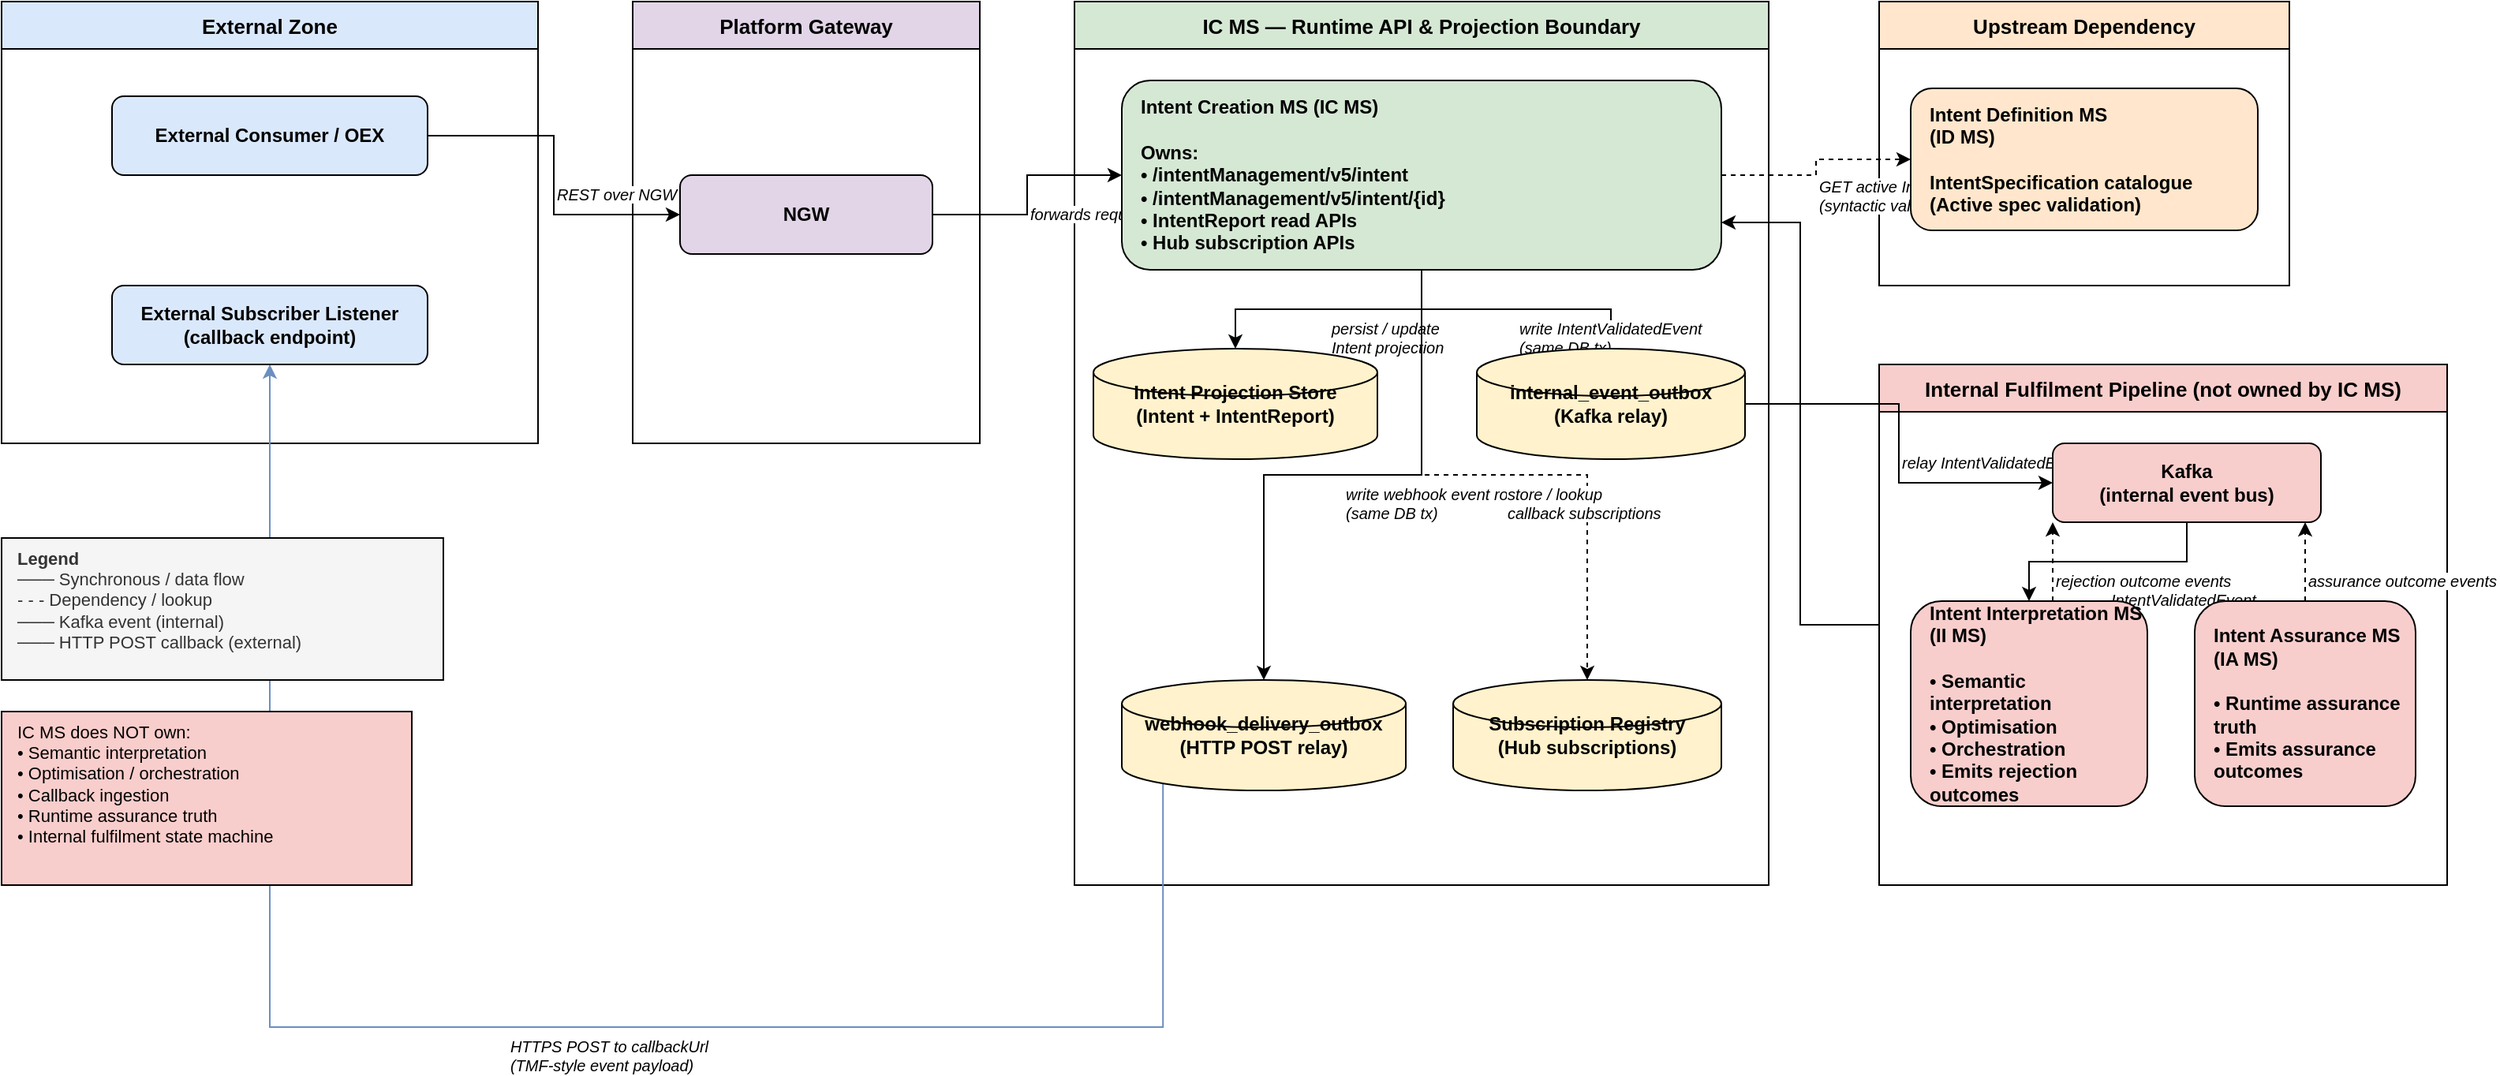
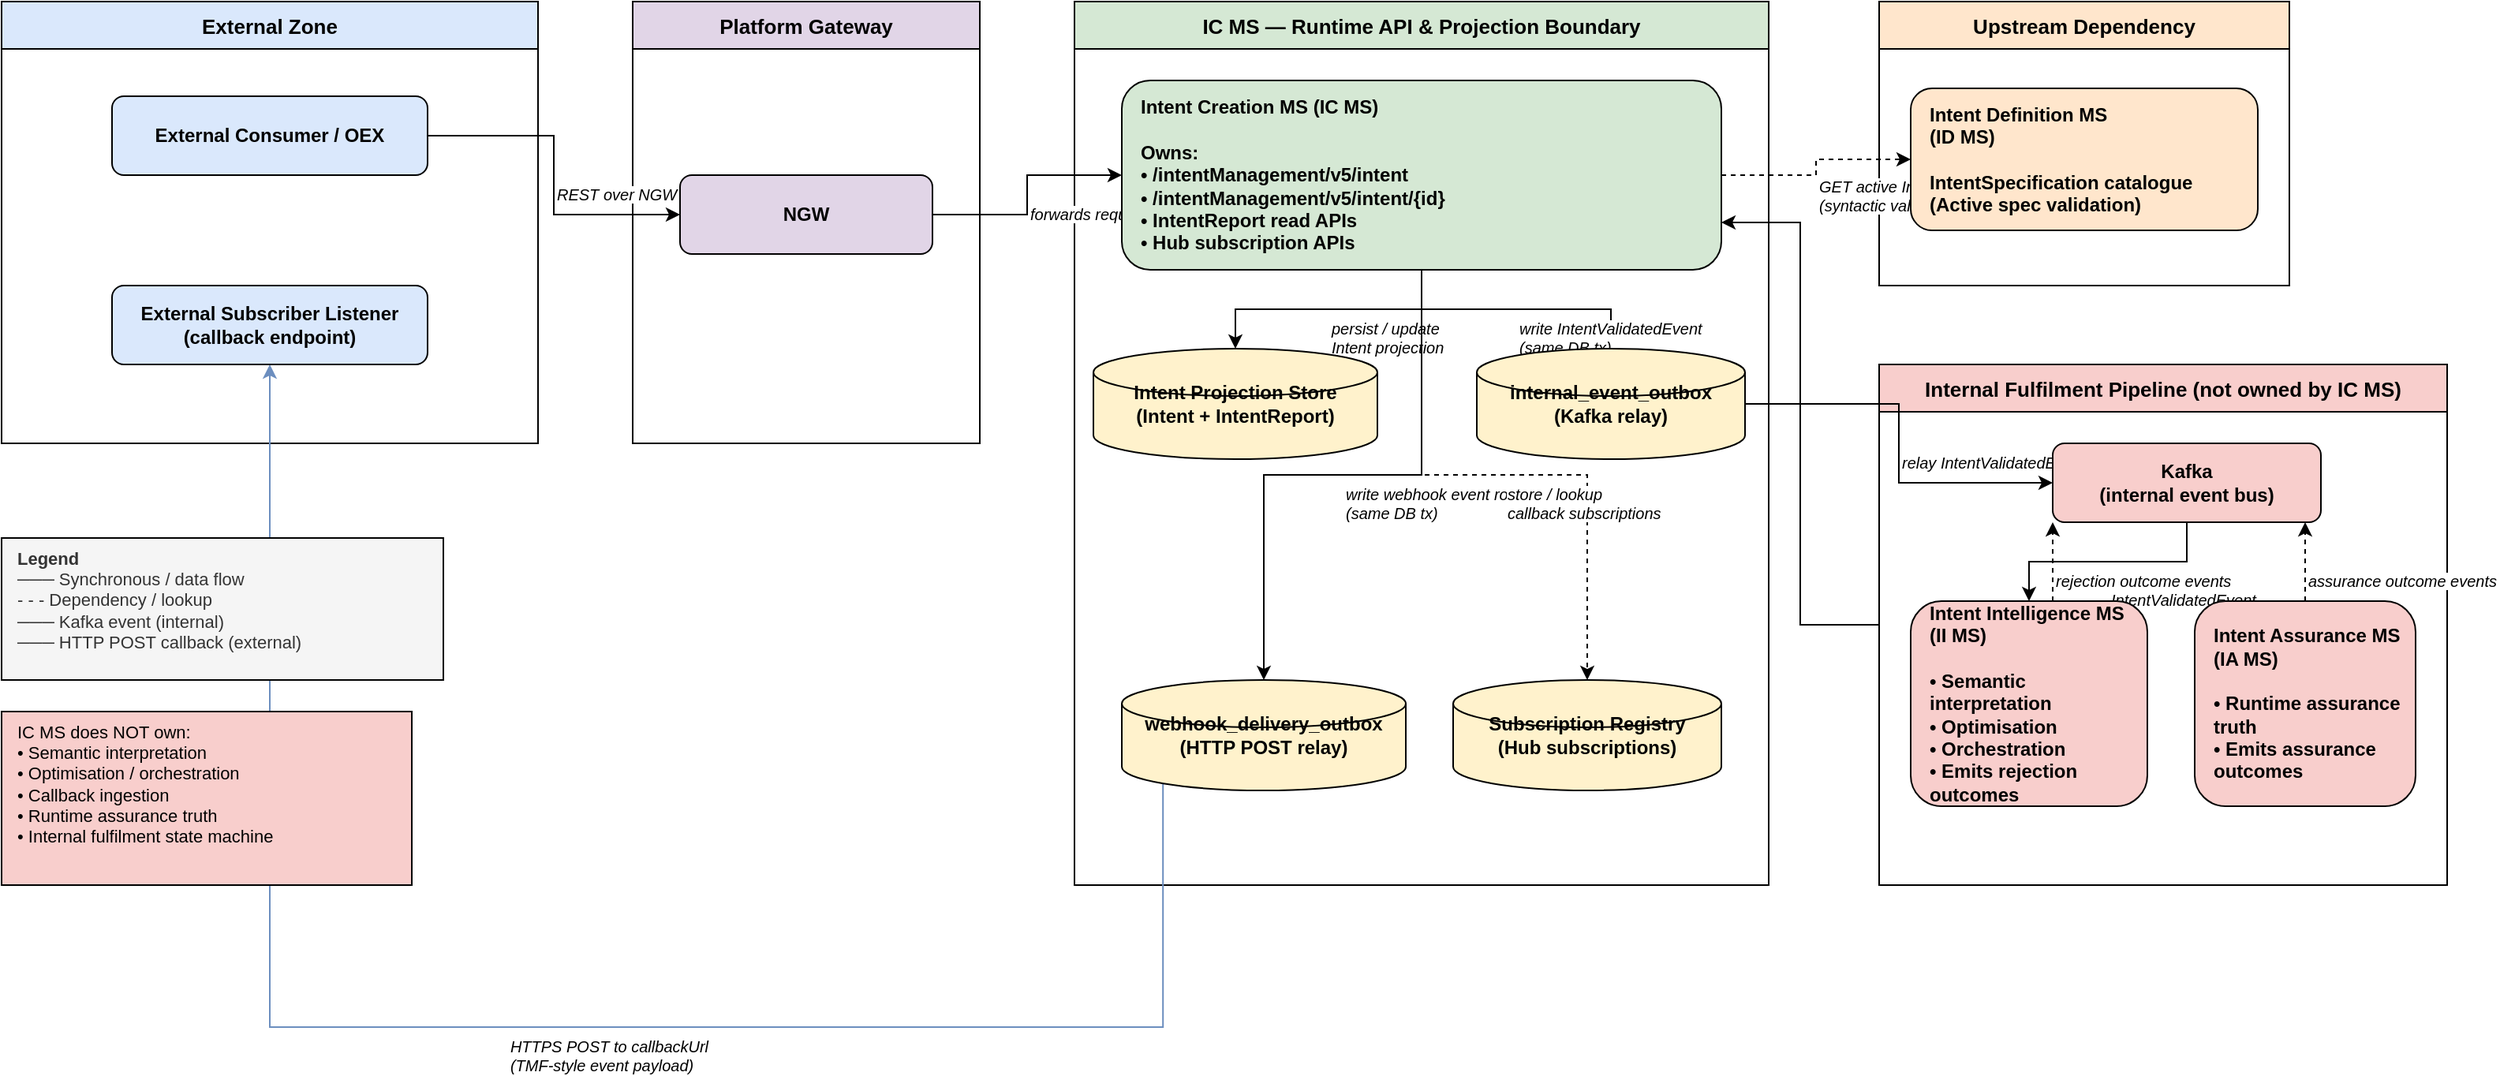
<mxfile host="app.diagrams.net" agent="Perplexity">
  <diagram name="IC MS - Logical View" id="ic-ms-logical-view">
-     <mxGraphModel dx="2012" dy="1204" grid="1" gridSize="10" guides="1" tooltips="1" connect="1" arrows="1" fold="1" page="1" pageScale="1" pageWidth="1654" pageHeight="1169" math="0" shadow="0">
+     <mxGraphModel dx="1677" dy="1003" grid="1" gridSize="10" guides="1" tooltips="1" connect="1" arrows="1" fold="1" page="1" pageScale="1" pageWidth="1654" pageHeight="1169" math="0" shadow="0">
      <root>
        <mxCell id="0" />
        <mxCell id="1" parent="0" />
        <mxCell id="zone_external" parent="1" style="swimlane;startSize=30;fillColor=#dae8fc;strokeColor=default;fontStyle=1;fontSize=13;horizontal=1;container=0;" value="External Zone" vertex="1">
          <mxGeometry height="280" width="340" x="40" y="40" as="geometry" />
        </mxCell>
        <mxCell id="zone_gateway" parent="1" style="swimlane;startSize=30;fillColor=#e1d5e7;strokeColor=default;fontStyle=1;fontSize=13;horizontal=1;container=0;" value="Platform Gateway" vertex="1">
          <mxGeometry height="280" width="220" x="440" y="40" as="geometry" />
        </mxCell>
        <mxCell id="zone_icms" parent="1" style="swimlane;startSize=30;fillColor=#d5e8d4;strokeColor=default;fontStyle=1;fontSize=13;horizontal=1;container=0;" value="IC MS — Runtime API &amp; Projection Boundary" vertex="1">
          <mxGeometry height="560" width="440" x="720" y="40" as="geometry" />
        </mxCell>
        <mxCell id="zone_idms" parent="1" style="swimlane;startSize=30;fillColor=#ffe6cc;strokeColor=default;fontStyle=1;fontSize=13;horizontal=1;container=0;" value="Upstream Dependency" vertex="1">
          <mxGeometry height="180" width="260" x="1230" y="40" as="geometry" />
        </mxCell>
        <mxCell id="0MlcjW0cjBZ2ITzH3IxV-1" edge="1" parent="1" source="zone_internal" style="edgeStyle=orthogonalEdgeStyle;rounded=0;orthogonalLoop=1;jettySize=auto;html=1;entryX=1;entryY=0.75;entryDx=0;entryDy=0;" target="icms_core">
          <mxGeometry relative="1" as="geometry" />
        </mxCell>
        <mxCell id="zone_internal" parent="1" style="swimlane;startSize=30;fillColor=#f8cecc;strokeColor=default;fontStyle=1;fontSize=13;horizontal=1;container=0;" value="Internal Fulfilment Pipeline (not owned by IC MS)" vertex="1">
          <mxGeometry height="330" width="360" x="1230" y="270" as="geometry" />
        </mxCell>
        <mxCell id="e1" edge="1" parent="1" source="ext_consumer" style="edgeStyle=orthogonalEdgeStyle;rounded=0;" target="gateway">
          <mxGeometry relative="1" as="geometry" />
        </mxCell>
        <mxCell id="e1_lbl" connectable="0" parent="e1" style="edgeLabel;fontSize=10;fontStyle=2;container=0;" value="REST over NGW" vertex="1">
          <mxGeometry relative="0.5" as="geometry" />
        </mxCell>
        <mxCell id="e2" edge="1" parent="1" source="gateway" style="edgeStyle=orthogonalEdgeStyle;rounded=0;" target="icms_core">
          <mxGeometry relative="1" as="geometry" />
        </mxCell>
        <mxCell id="e2_lbl" connectable="0" parent="e2" style="edgeLabel;fontSize=10;fontStyle=2;container=0;" value="forwards request" vertex="1">
          <mxGeometry relative="0.5" as="geometry" />
        </mxCell>
        <mxCell id="e3" edge="1" parent="1" source="icms_core" style="edgeStyle=orthogonalEdgeStyle;rounded=0;dashed=1;" target="idms">
          <mxGeometry relative="1" as="geometry" />
        </mxCell>
        <mxCell id="e3_lbl" connectable="0" parent="e3" style="edgeLabel;fontSize=10;fontStyle=2;container=0;" value="GET active IntentSpecification&#xa;(syntactic validation)" vertex="1">
          <mxGeometry relative="0.5" as="geometry" />
        </mxCell>
        <mxCell id="e4" edge="1" parent="1" source="icms_core" style="edgeStyle=orthogonalEdgeStyle;rounded=0;" target="intent_store">
          <mxGeometry relative="1" as="geometry" />
        </mxCell>
        <mxCell id="e4_lbl" connectable="0" parent="e4" style="edgeLabel;fontSize=10;fontStyle=2;container=0;" value="persist / update&#xa;Intent projection" vertex="1">
          <mxGeometry relative="0.5" as="geometry" />
        </mxCell>
        <mxCell id="e5" edge="1" parent="1" source="icms_core" style="edgeStyle=orthogonalEdgeStyle;rounded=0;" target="int_outbox">
          <mxGeometry relative="1" as="geometry" />
        </mxCell>
        <mxCell id="e5_lbl" connectable="0" parent="e5" style="edgeLabel;fontSize=10;fontStyle=2;container=0;" value="write IntentValidatedEvent&#xa;(same DB tx)" vertex="1">
          <mxGeometry relative="0.5" as="geometry" />
        </mxCell>
        <mxCell id="e6" edge="1" parent="1" source="int_outbox" style="edgeStyle=orthogonalEdgeStyle;rounded=0;" target="kafka">
          <mxGeometry relative="1" as="geometry" />
        </mxCell>
        <mxCell id="e6_lbl" connectable="0" parent="e6" style="edgeLabel;fontSize=10;fontStyle=2;container=0;" value="relay IntentValidatedEvent" vertex="1">
          <mxGeometry relative="0.5" as="geometry" />
        </mxCell>
        <mxCell id="e7" edge="1" parent="1" source="kafka" style="edgeStyle=orthogonalEdgeStyle;rounded=0;" target="iims">
          <mxGeometry relative="1" as="geometry" />
        </mxCell>
        <mxCell id="e7_lbl" connectable="0" parent="e7" style="edgeLabel;fontSize=10;fontStyle=2;container=0;" value="consumes&#xa;IntentValidatedEvent" vertex="1">
          <mxGeometry relative="0.5" as="geometry" />
        </mxCell>
        <mxCell id="e8" edge="1" parent="1" source="iims" style="edgeStyle=orthogonalEdgeStyle;rounded=0;dashed=1;" target="kafka">
          <mxGeometry relative="1" as="geometry">
            <Array as="points">
              <mxPoint x="1310" y="490" />
              <mxPoint x="1380" y="490" />
              <mxPoint x="1380" y="360" />
            </Array>
          </mxGeometry>
        </mxCell>
        <mxCell id="e8_lbl" connectable="0" parent="e8" style="edgeLabel;fontSize=10;fontStyle=2;container=0;" value="rejection outcome events" vertex="1">
          <mxGeometry relative="0.5" as="geometry" />
        </mxCell>
        <mxCell id="e9" edge="1" parent="1" source="iams" style="edgeStyle=orthogonalEdgeStyle;rounded=0;dashed=1;" target="kafka">
          <mxGeometry relative="1" as="geometry">
            <Array as="points">
              <mxPoint x="1450" y="490" />
              <mxPoint x="1450" y="360" />
            </Array>
          </mxGeometry>
        </mxCell>
        <mxCell id="e9_lbl" connectable="0" parent="e9" style="edgeLabel;fontSize=10;fontStyle=2;container=0;" value="assurance outcome events" vertex="1">
          <mxGeometry relative="0.5" as="geometry" />
        </mxCell>
        <mxCell id="e11" edge="1" parent="1" source="icms_core" style="edgeStyle=orthogonalEdgeStyle;rounded=0;" target="webhook_outbox">
          <mxGeometry relative="1" as="geometry" />
        </mxCell>
        <mxCell id="e11_lbl" connectable="0" parent="e11" style="edgeLabel;fontSize=10;fontStyle=2;container=0;" value="write webhook event row&#xa;(same DB tx)" vertex="1">
          <mxGeometry relative="0.5" as="geometry" />
        </mxCell>
        <mxCell id="e12" edge="1" parent="1" source="webhook_outbox" style="edgeStyle=orthogonalEdgeStyle;rounded=0;strokeColor=#6c8ebf;exitX=0.145;exitY=1;exitDx=0;exitDy=-4.35;exitPerimeter=0;" target="ext_subscriber">
          <mxGeometry relative="1" as="geometry">
            <Array as="points">
              <mxPoint x="776" y="690" />
              <mxPoint x="210" y="690" />
            </Array>
          </mxGeometry>
        </mxCell>
        <mxCell id="e12_lbl" connectable="0" parent="e12" style="edgeLabel;fontSize=10;fontStyle=2;container=0;" value="HTTPS POST to callbackUrl&#xa;(TMF-style event payload)" vertex="1">
          <mxGeometry relative="0.5" as="geometry" />
        </mxCell>
        <mxCell id="e13" edge="1" parent="1" source="icms_core" style="edgeStyle=orthogonalEdgeStyle;rounded=0;dashed=1;" target="sub_registry">
          <mxGeometry relative="1" as="geometry" />
        </mxCell>
        <mxCell id="e13_lbl" connectable="0" parent="e13" style="edgeLabel;fontSize=10;fontStyle=2;container=0;" value="store / lookup&#xa;callback subscriptions" vertex="1">
          <mxGeometry relative="0.5" as="geometry" />
        </mxCell>
        <mxCell id="legend" parent="1" style="text;html=1;strokeColor=default;fillColor=#f5f5f5;align=left;verticalAlign=top;spacingLeft=8;fontSize=11;fontColor=#333333;container=0;" value="&lt;b&gt;Legend&lt;/b&gt;&#xa;─── Synchronous / data flow&#xa;- - - Dependency / lookup&#xa;─── Kafka event (internal)&#xa;─── HTTP POST callback (external)" vertex="1">
          <mxGeometry height="90" width="280" x="40" y="380" as="geometry" />
        </mxCell>
        <mxCell id="not_owned_note" parent="1" style="text;html=1;strokeColor=default;fillColor=#f8cecc;align=left;verticalAlign=top;spacingLeft=8;fontSize=11;container=0;" value="IC MS does NOT own:&#xa;• Semantic interpretation&#xa;• Optimisation / orchestration&#xa;• Callback ingestion&#xa;• Runtime assurance truth&#xa;• Internal fulfilment state machine" vertex="1">
          <mxGeometry height="110" width="260" x="40" y="490" as="geometry" />
        </mxCell>
        <mxCell id="ext_consumer" parent="1" style="rounded=1;whiteSpace=wrap;html=1;fillColor=#dae8fc;strokeColor=default;fontStyle=1;fontSize=12;container=0;" value="External Consumer / OEX" vertex="1">
          <mxGeometry height="50" width="200" x="110" y="100" as="geometry" />
        </mxCell>
        <mxCell id="ext_subscriber" parent="1" style="rounded=1;whiteSpace=wrap;html=1;fillColor=#dae8fc;strokeColor=default;fontStyle=1;fontSize=12;container=0;" value="External Subscriber Listener&#xa;(callback endpoint)" vertex="1">
          <mxGeometry height="50" width="200" x="110" y="220" as="geometry" />
        </mxCell>
        <mxCell id="gateway" parent="1" style="rounded=1;whiteSpace=wrap;html=1;fillColor=#e1d5e7;strokeColor=default;fontStyle=1;fontSize=12;container=0;" value="NGW" vertex="1">
          <mxGeometry height="50" width="160" x="470" y="150" as="geometry" />
        </mxCell>
        <mxCell id="icms_core" parent="1" style="rounded=1;whiteSpace=wrap;html=1;fillColor=#d5e8d4;strokeColor=default;fontStyle=1;fontSize=12;align=left;spacingLeft=10;container=0;" value="Intent Creation MS (IC MS)&#xa;&#xa;Owns:&#xa;• /intentManagement/v5/intent&#xa;• /intentManagement/v5/intent/{id}&#xa;• IntentReport read APIs&#xa;• Hub subscription APIs" vertex="1">
          <mxGeometry height="120" width="380" x="750" y="90" as="geometry" />
        </mxCell>
        <mxCell id="intent_store" parent="1" style="shape=cylinder3;whiteSpace=wrap;html=1;fillColor=#fff2cc;strokeColor=default;fontStyle=1;fontSize=12;container=0;" value="Intent Projection Store&#xa;(Intent + IntentReport)" vertex="1">
          <mxGeometry height="70" width="180" x="732" y="260" as="geometry" />
        </mxCell>
        <mxCell id="int_outbox" parent="1" style="shape=cylinder3;whiteSpace=wrap;html=1;fillColor=#fff2cc;strokeColor=default;fontStyle=1;fontSize=12;container=0;" value="internal_event_outbox&#xa;(Kafka relay)" vertex="1">
          <mxGeometry height="70" width="170" x="975" y="260" as="geometry" />
        </mxCell>
        <mxCell id="webhook_outbox" parent="1" style="shape=cylinder3;whiteSpace=wrap;html=1;fillColor=#fff2cc;strokeColor=default;fontStyle=1;fontSize=12;container=0;" value="webhook_delivery_outbox&#xa;(HTTP POST relay)" vertex="1">
          <mxGeometry height="70" width="180" x="750" y="470" as="geometry" />
        </mxCell>
        <mxCell id="sub_registry" parent="1" style="shape=cylinder3;whiteSpace=wrap;html=1;fillColor=#fff2cc;strokeColor=default;fontStyle=1;fontSize=12;container=0;" value="Subscription Registry&#xa;(Hub subscriptions)" vertex="1">
          <mxGeometry height="70" width="170" x="960" y="470" as="geometry" />
        </mxCell>
        <mxCell id="idms" parent="1" style="rounded=1;whiteSpace=wrap;html=1;fillColor=#ffe6cc;strokeColor=default;fontStyle=1;fontSize=12;align=left;spacingLeft=10;container=0;" value="Intent Definition MS&#xa;(ID MS)&#xa;&#xa;IntentSpecification catalogue&#xa;(Active spec validation)" vertex="1">
          <mxGeometry height="90" width="220" x="1250" y="95" as="geometry" />
        </mxCell>
        <mxCell id="kafka" parent="1" style="rounded=1;whiteSpace=wrap;html=1;fillColor=#f8cecc;strokeColor=default;fontStyle=1;fontSize=12;container=0;" value="Kafka&#xa;(internal event bus)" vertex="1">
          <mxGeometry height="50" width="170" x="1340" y="320" as="geometry" />
        </mxCell>
-         <mxCell id="iims" parent="1" style="rounded=1;whiteSpace=wrap;html=1;fillColor=#f8cecc;strokeColor=default;fontStyle=1;fontSize=12;align=left;spacingLeft=10;container=0;" value="Intent Interpretation MS&#xa;(II MS)&#xa;&#xa;• Semantic interpretation&#xa;• Optimisation&#xa;• Orchestration&#xa;• Emits rejection outcomes" vertex="1">
+         <mxCell id="iims" parent="1" style="rounded=1;whiteSpace=wrap;html=1;fillColor=#f8cecc;strokeColor=default;fontStyle=1;fontSize=12;align=left;spacingLeft=10;container=0;" value="Intent Intelligence MS&lt;br&gt;(II MS)&lt;br&gt;&lt;br&gt;• Semantic interpretation&lt;br&gt;• Optimisation&lt;br&gt;• Orchestration&lt;br&gt;• Emits rejection outcomes" vertex="1">
          <mxGeometry height="130" width="150" x="1250" y="420" as="geometry" />
        </mxCell>
        <mxCell id="iams" parent="1" style="rounded=1;whiteSpace=wrap;html=1;fillColor=#f8cecc;strokeColor=default;fontStyle=1;fontSize=12;align=left;spacingLeft=10;container=0;" value="Intent Assurance MS&#xa;(IA MS)&#xa;&#xa;• Runtime assurance truth&#xa;• Emits assurance outcomes" vertex="1">
          <mxGeometry height="130" width="140" x="1430" y="420" as="geometry" />
        </mxCell>
      </root>
    </mxGraphModel>
  </diagram>
</mxfile>
